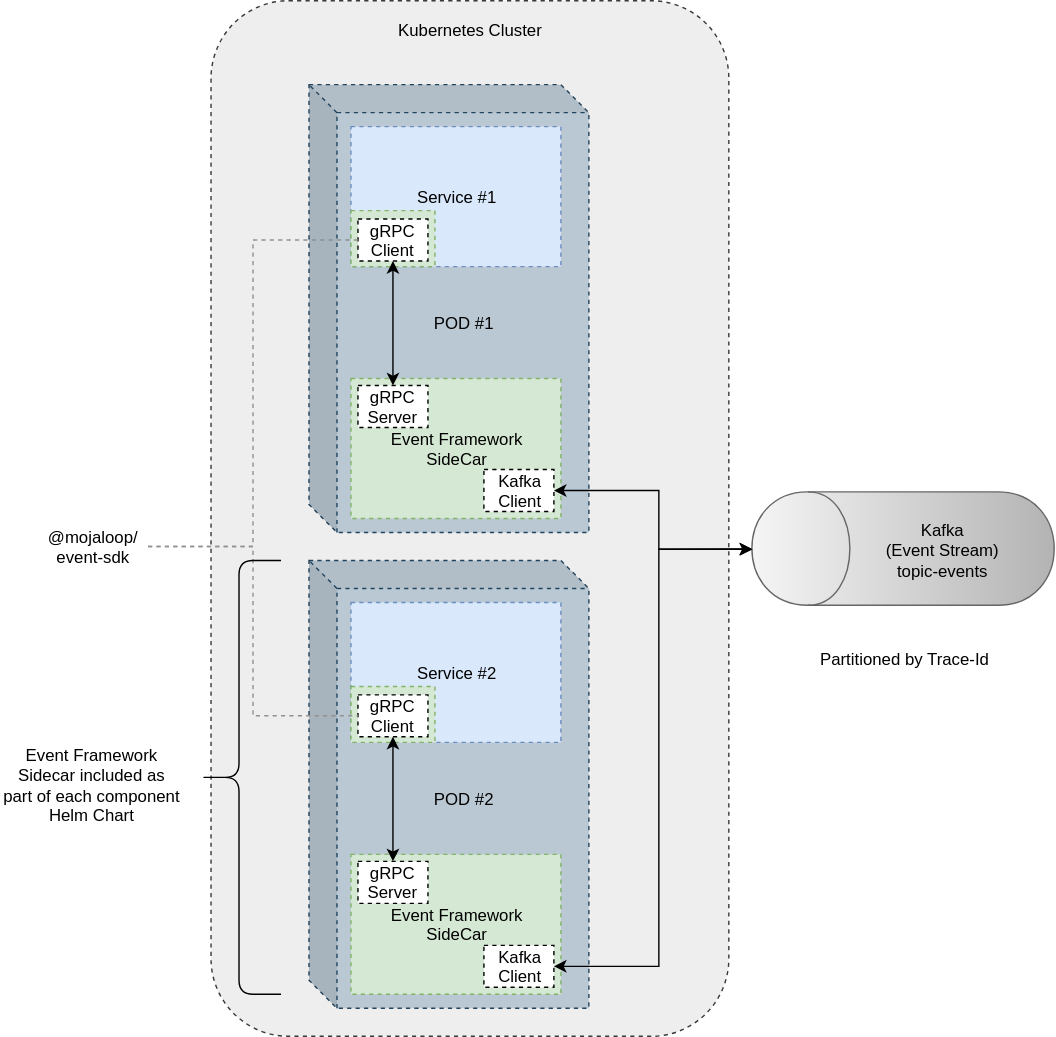
The draw.io diagram mojaloop-technical-overview/event-framework/assets/diagrams/architecture/architecture-event-sidecar.svg in mojaloop/documentation, before a commit. Source tidied: cells renumbered, new cells last; positions are measured from the earlier drawing's top-left corner, leaving out a move shared by most shapes.
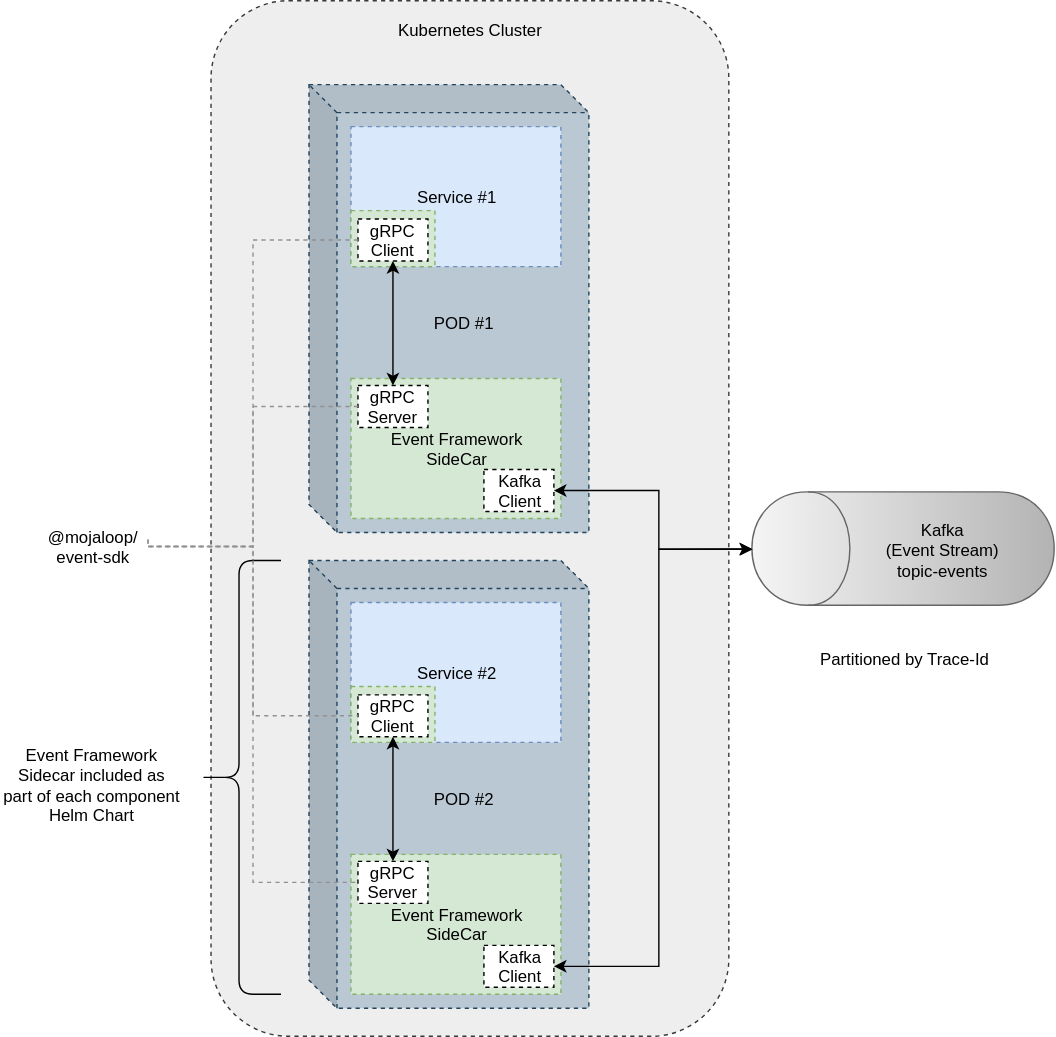
The same file after the commit.

Commit message:
Updated event sidecar arch diag

Diff of the diagram source:
```diff
@@ -74,13 +74,24 @@
       <mxGeometry x="345" y="335" width="50" height="30" as="geometry" />
     </mxCell>
     <mxCell id="24" style="edgeStyle=orthogonalEdgeStyle;rounded=0;jettySize=auto;html=1;exitX=1;exitY=0.5;exitDx=0;exitDy=0;entryX=0;entryY=0.5;entryDx=0;entryDy=0;endArrow=none;endFill=0;dashed=1;fillColor=#f5f5f5;strokeColor=#919191;" parent="1" edge="1" source="25" target="22">
-      <mxGeometry relative="1" as="geometry" />
+      <mxGeometry relative="1" as="geometry">
+        <Array as="points">
+          <mxPoint x="180" y="390" />
+          <mxPoint x="180" y="171" />
+        </Array>
+      </mxGeometry>
     </mxCell>
     <mxCell id="25" value="@mojaloop/&lt;br&gt;event-sdk" style="text;html=1;strokeColor=none;fillColor=none;align=center;verticalAlign=middle;whiteSpace=wrap;rounded=0;" parent="1" vertex="1">
       <mxGeometry x="25" y="380" width="80" height="20" as="geometry" />
     </mxCell>
-    <mxCell id="26" style="edgeStyle=orthogonalEdgeStyle;rounded=0;jettySize=auto;html=1;exitX=1;exitY=0.5;exitDx=0;exitDy=0;entryX=0;entryY=0.5;entryDx=0;entryDy=0;endArrow=none;endFill=0;dashed=1;fillColor=#f5f5f5;strokeColor=#919191;" parent="1" edge="1" source="25" target="13">
-      <mxGeometry relative="1" as="geometry" />
+    <mxCell id="26" style="edgeStyle=orthogonalEdgeStyle;rounded=0;jettySize=auto;html=1;entryX=0;entryY=0.5;entryDx=0;entryDy=0;endArrow=none;endFill=0;dashed=1;fillColor=#f5f5f5;strokeColor=#919191;" parent="1" edge="1" target="13">
+      <mxGeometry relative="1" as="geometry">
+        <mxPoint x="105" y="390" as="sourcePoint" />
+        <Array as="points">
+          <mxPoint x="180" y="390" />
+          <mxPoint x="180" y="511" />
+        </Array>
+      </mxGeometry>
     </mxCell>
     <mxCell id="27" style="shape=curlyBracket;whiteSpace=wrap;html=1;rounded=1;" parent="1" vertex="1">
       <mxGeometry x="140" y="400" width="60" height="310" as="geometry" />
@@ -96,5 +107,23 @@
         </Array>
       </mxGeometry>
     </mxCell>
+    <mxCell id="30" style="edgeStyle=orthogonalEdgeStyle;rounded=0;jettySize=auto;html=1;exitX=1;exitY=0.25;exitDx=0;exitDy=0;entryX=0;entryY=0.5;entryDx=0;entryDy=0;endArrow=none;endFill=0;dashed=1;fillColor=#f5f5f5;strokeColor=#919191;" parent="1" edge="1" source="25" target="20">
+      <mxGeometry relative="1" as="geometry">
+        <Array as="points">
+          <mxPoint x="105" y="390" />
+          <mxPoint x="180" y="390" />
+          <mxPoint x="180" y="290" />
+        </Array>
+      </mxGeometry>
+    </mxCell>
+    <mxCell id="31" style="edgeStyle=orthogonalEdgeStyle;rounded=0;jettySize=auto;html=1;entryX=0;entryY=0.5;entryDx=0;entryDy=0;endArrow=none;endFill=0;dashed=1;fillColor=#f5f5f5;strokeColor=#919191;exitX=1;exitY=0.25;exitDx=0;exitDy=0;" parent="1" edge="1" source="25" target="11">
+      <mxGeometry relative="1" as="geometry">
+        <Array as="points">
+          <mxPoint x="105" y="390" />
+          <mxPoint x="180" y="390" />
+          <mxPoint x="180" y="630" />
+        </Array>
+      </mxGeometry>
+    </mxCell>
   </root>
 </mxGraphModel>
```
